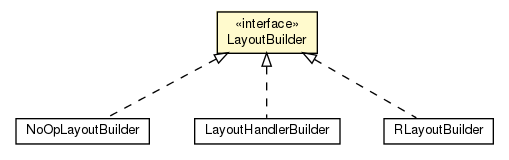
Earlier version of the Graphviz export javadocs/main/org/androidtransfuse/gen/componentBuilder/LayoutBuilder.png (johncarl81/transfuse). Its source is kept beside it as javadocs/main/org/androidtransfuse/gen/componentBuilder/LayoutBuilder.dot.
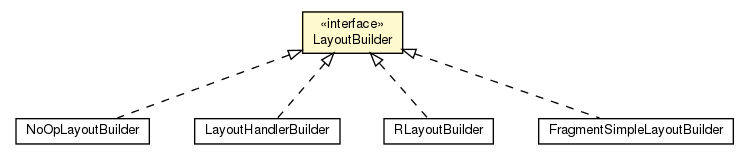
After the commit.

The edit, as a diff of the source:
```diff
@@ -4,28 +4,34 @@
 	node [fontname="Helvetica",fontsize=10,shape=plaintext];
 	nodesep=0.25;
 	ranksep=0.5;
-	c72326 [label=<<table title="org.androidtransfuse.gen.componentBuilder.NoOpLayoutBuilder" border="0" cellborder="1" cellspacing="0" cellpadding="2" port="p" href="./NoOpLayoutBuilder.html">
+	c90565 [label=<<table title="org.androidtransfuse.gen.componentBuilder.NoOpLayoutBuilder" border="0" cellborder="1" cellspacing="0" cellpadding="2" port="p" href="./NoOpLayoutBuilder.html">
 		<tr><td><table border="0" cellspacing="0" cellpadding="1">
 <tr><td align="center" balign="center"> NoOpLayoutBuilder </td></tr>
 		</table></td></tr>
 		</table>>, fontname="Helvetica", fontcolor="black", fontsize=10.0];
-	c72327 [label=<<table title="org.androidtransfuse.gen.componentBuilder.LayoutHandlerBuilder" border="0" cellborder="1" cellspacing="0" cellpadding="2" port="p" href="./LayoutHandlerBuilder.html">
+	c90568 [label=<<table title="org.androidtransfuse.gen.componentBuilder.LayoutHandlerBuilder" border="0" cellborder="1" cellspacing="0" cellpadding="2" port="p" href="./LayoutHandlerBuilder.html">
 		<tr><td><table border="0" cellspacing="0" cellpadding="1">
 <tr><td align="center" balign="center"> LayoutHandlerBuilder </td></tr>
 		</table></td></tr>
 		</table>>, fontname="Helvetica", fontcolor="black", fontsize=10.0];
-	c72333 [label=<<table title="org.androidtransfuse.gen.componentBuilder.RLayoutBuilder" border="0" cellborder="1" cellspacing="0" cellpadding="2" port="p" href="./RLayoutBuilder.html">
+	c90579 [label=<<table title="org.androidtransfuse.gen.componentBuilder.RLayoutBuilder" border="0" cellborder="1" cellspacing="0" cellpadding="2" port="p" href="./RLayoutBuilder.html">
 		<tr><td><table border="0" cellspacing="0" cellpadding="1">
 <tr><td align="center" balign="center"> RLayoutBuilder </td></tr>
 		</table></td></tr>
 		</table>>, fontname="Helvetica", fontcolor="black", fontsize=10.0];
-	c72337 [label=<<table title="org.androidtransfuse.gen.componentBuilder.LayoutBuilder" border="0" cellborder="1" cellspacing="0" cellpadding="2" port="p" bgcolor="lemonChiffon" href="./LayoutBuilder.html">
+	c90582 [label=<<table title="org.androidtransfuse.gen.componentBuilder.FragmentSimpleLayoutBuilder" border="0" cellborder="1" cellspacing="0" cellpadding="2" port="p" href="./FragmentSimpleLayoutBuilder.html">
+		<tr><td><table border="0" cellspacing="0" cellpadding="1">
+<tr><td align="center" balign="center"> FragmentSimpleLayoutBuilder </td></tr>
+		</table></td></tr>
+		</table>>, fontname="Helvetica", fontcolor="black", fontsize=10.0];
+	c90584 [label=<<table title="org.androidtransfuse.gen.componentBuilder.LayoutBuilder" border="0" cellborder="1" cellspacing="0" cellpadding="2" port="p" bgcolor="lemonChiffon" href="./LayoutBuilder.html">
 		<tr><td><table border="0" cellspacing="0" cellpadding="1">
 <tr><td align="center" balign="center"> &#171;interface&#187; </td></tr>
 <tr><td align="center" balign="center"> LayoutBuilder </td></tr>
 		</table></td></tr>
 		</table>>, fontname="Helvetica", fontcolor="black", fontsize=10.0];
-	c72337:p -> c72326:p [dir=back,arrowtail=empty,style=dashed];
-	c72337:p -> c72327:p [dir=back,arrowtail=empty,style=dashed];
-	c72337:p -> c72333:p [dir=back,arrowtail=empty,style=dashed];
+	c90584:p -> c90565:p [dir=back,arrowtail=empty,style=dashed];
+	c90584:p -> c90568:p [dir=back,arrowtail=empty,style=dashed];
+	c90584:p -> c90579:p [dir=back,arrowtail=empty,style=dashed];
+	c90584:p -> c90582:p [dir=back,arrowtail=empty,style=dashed];
 }
```
